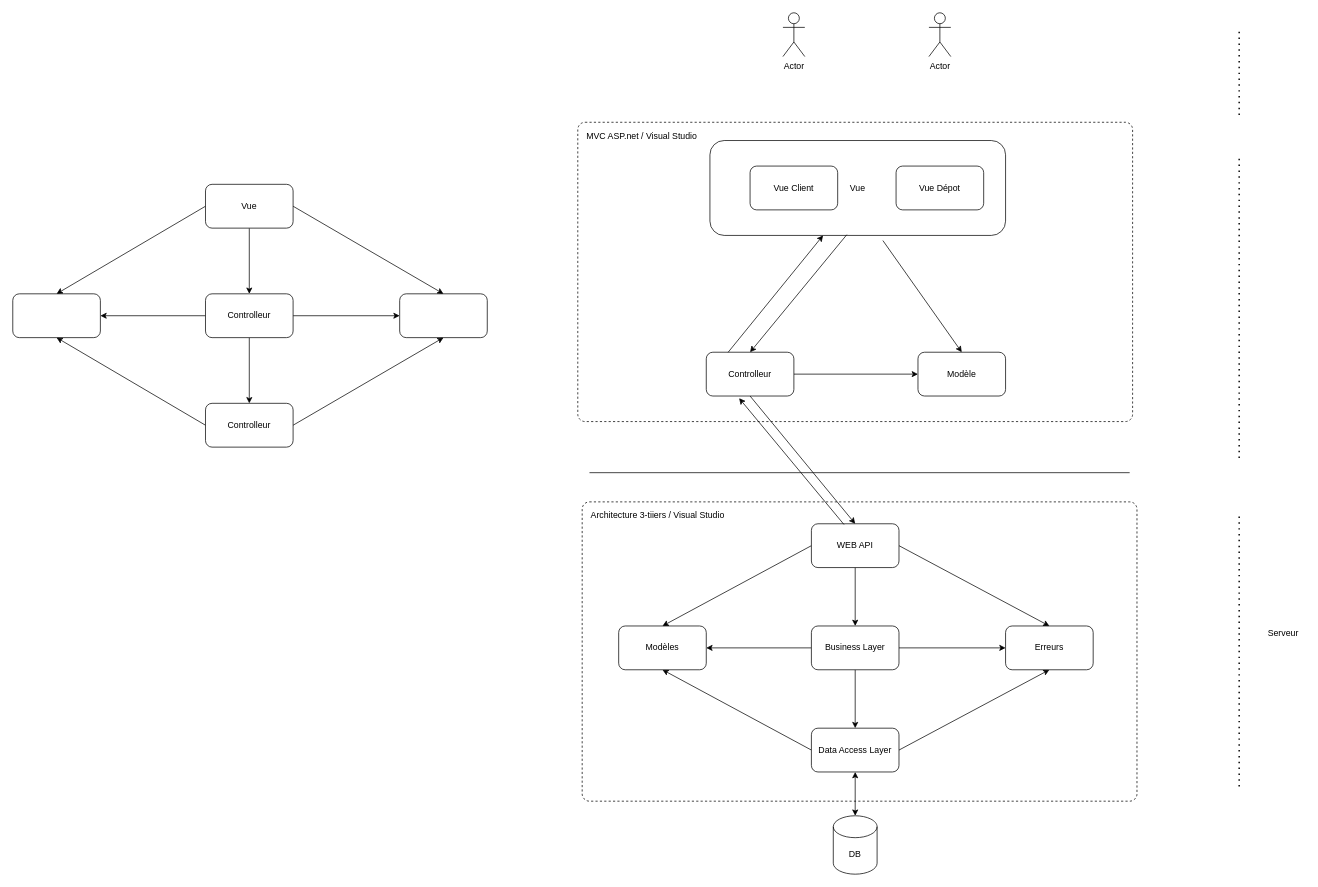
Earlier version of the draw.io diagram Projet_Architecture.drawio (Djounna/Projet_developpement_RentACar). Source tidied: cells renumbered, new cells numbered last; positions are measured from the earlier drawing's top-left corner, leaving out a move shared by most shapes. Both pictures are drawn from the tidied source at 73%, with x=0, y=0 at pixel (12, 12).
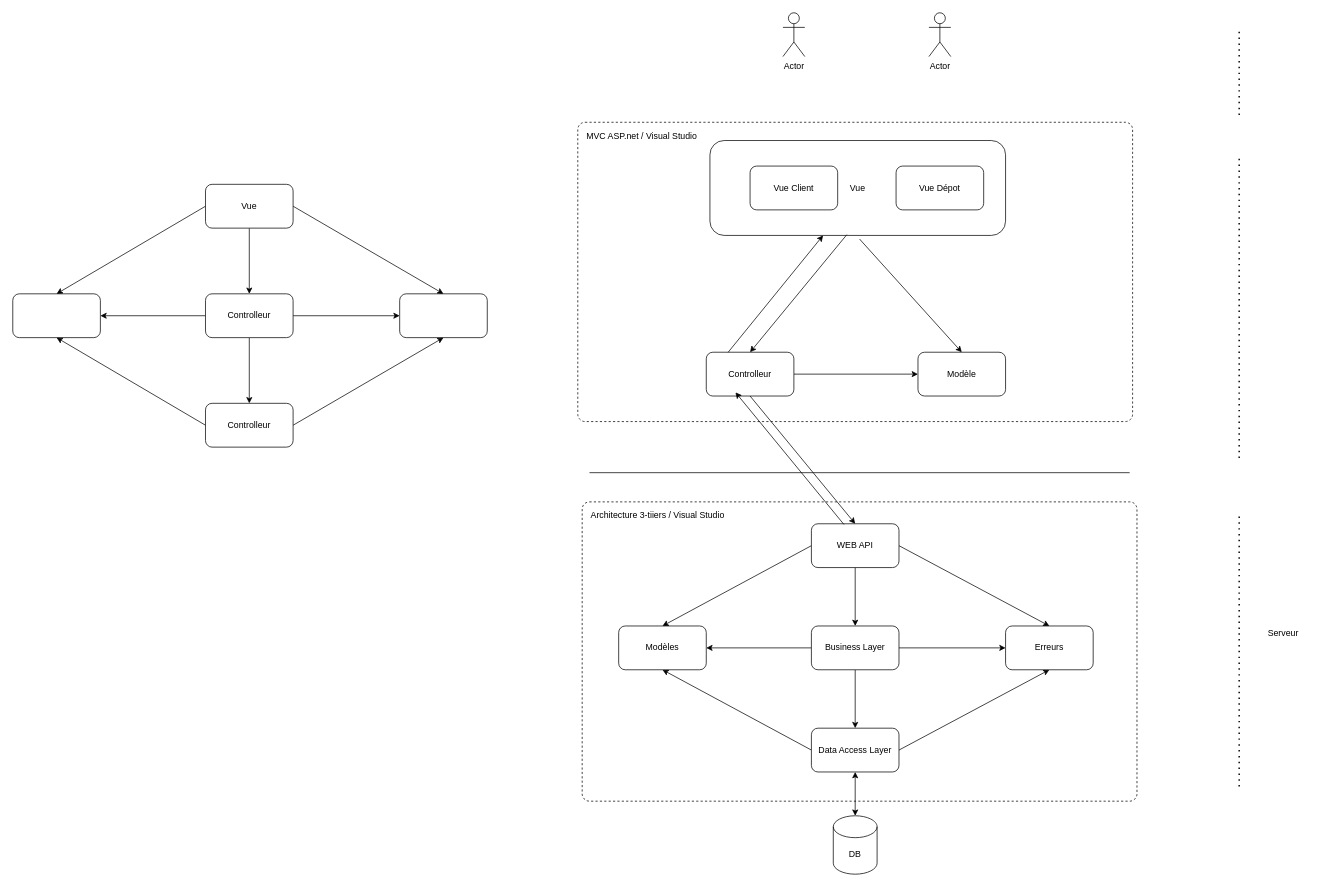
After the change.

Unchanged cells that the change refers to:
```xml
<mxCell id="2" value="Vue" style="rounded=1;whiteSpace=wrap;html=1;gradientColor=#ffffff;fillColor=none;" parent="1" vertex="1">
  <mxGeometry x="955" y="175" width="405" height="130" as="geometry" />
</mxCell>
<mxCell id="19" value="WEB API" style="rounded=1;whiteSpace=wrap;html=1;" parent="1" vertex="1">
  <mxGeometry x="1094" y="700" width="120" height="60" as="geometry" />
</mxCell>
<mxCell id="43" value="Modèle" style="rounded=1;whiteSpace=wrap;html=1;" parent="1" vertex="1">
  <mxGeometry x="1240" y="465" width="120" height="60" as="geometry" />
</mxCell>
```

The edit, as a diff of the source:
```diff
@@
-    <mxCell id="46" style="endArrow=classic;html=1;entryX=0.5;entryY=0;entryDx=0;entryDy=0;exitX=0.585;exitY=1.054;exitDx=0;exitDy=0;exitPerimeter=0;" parent="1" edge="1" source="2" target="43">
-      <mxGeometry relative="1" as="geometry" />
+    <mxCell id="46" style="endArrow=classic;html=1;entryX=0.5;entryY=0;entryDx=0;entryDy=0;" parent="1" edge="1" target="43">
+      <mxGeometry relative="1" as="geometry">
+        <mxPoint x="1160" y="310" as="sourcePoint" />
+      </mxGeometry>
     </mxCell>
@@
     <mxCell id="49" style="endArrow=none;html=1;entryX=0.372;entryY=0.017;entryDx=0;entryDy=0;startArrow=classic;startFill=1;endFill=0;entryPerimeter=0;" parent="1" edge="1" target="19">
       <mxGeometry relative="1" as="geometry">
-        <mxPoint x="995" y="528" as="sourcePoint" />
+        <mxPoint x="990" y="520" as="sourcePoint" />
       </mxGeometry>
     </mxCell>
```
